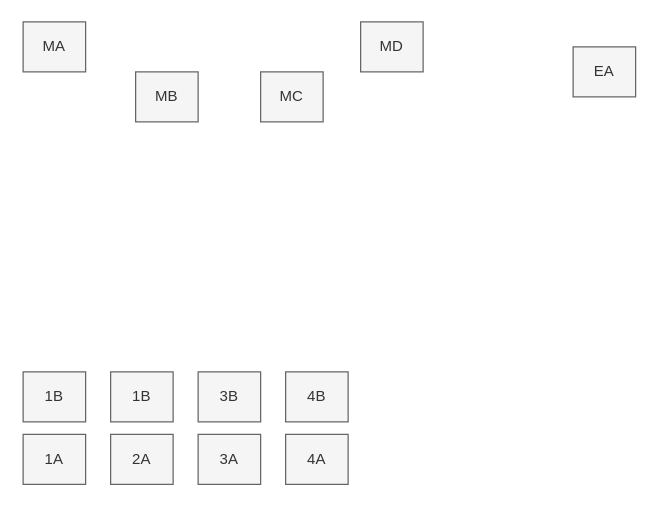
Earlier version of the draw.io diagram page "Page-1" (1 of 4) of topologymap-ogm-align.drawio (sunbingfeng/draw_sketches). Source tidied: cells renumbered, new cells numbered last; positions are measured from the earlier drawing's top-left corner, leaving out a move shared by most shapes. Both pictures are drawn from the tidied source at 125%, with x=0, y=0 at pixel (22, 21).
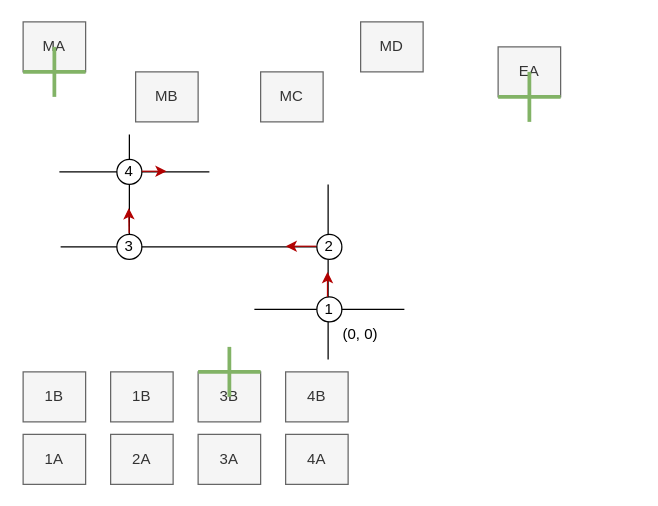
After the change.

Diff of the diagram source:
```diff
@@
+    <mxCell id="15" style="endArrow=none;html=1;" parent="1" edge="1">
+      <mxGeometry relative="1" as="geometry">
+        <mxPoint x="185" y="230" as="sourcePoint" />
+        <mxPoint x="305" y="230" as="targetPoint" />
+      </mxGeometry>
+    </mxCell>
+    <mxCell id="16" style="endArrow=none;html=1;" parent="1" edge="1">
+      <mxGeometry relative="1" as="geometry">
+        <mxPoint x="29" y="120" as="sourcePoint" />
+        <mxPoint x="149" y="120" as="targetPoint" />
+      </mxGeometry>
+    </mxCell>
@@
     <mxCell id="6" value="EA" style="rounded=0;whiteSpace=wrap;html=1;fillColor=#f5f5f5;strokeColor=#666666;fontColor=#333333;" parent="1" vertex="1">
-      <mxGeometry x="440" y="20" width="50" height="40" as="geometry" />
+      <mxGeometry x="380" y="20" width="50" height="40" as="geometry" />
     </mxCell>
@@
+    <mxCell id="17" style="endArrow=none;html=1;" parent="1" edge="1">
+      <mxGeometry relative="1" as="geometry">
+        <mxPoint x="244" y="270" as="sourcePoint" />
+        <mxPoint x="244" y="130" as="targetPoint" />
+      </mxGeometry>
+    </mxCell>
+    <mxCell id="18" style="endArrow=none;html=1;" parent="1" edge="1">
+      <mxGeometry relative="1" as="geometry">
+        <mxPoint x="30" y="180" as="sourcePoint" />
+        <mxPoint x="244" y="180" as="targetPoint" />
+      </mxGeometry>
+    </mxCell>
+    <mxCell id="19" style="endArrow=none;html=1;" parent="1" edge="1">
+      <mxGeometry relative="1" as="geometry">
+        <mxPoint x="85" y="180" as="sourcePoint" />
+        <mxPoint x="85" y="90" as="targetPoint" />
+      </mxGeometry>
+    </mxCell>
+    <mxCell id="20" value="1" style="ellipse;whiteSpace=wrap;html=1;" parent="1" vertex="1">
+      <mxGeometry x="235" y="220" width="20" height="20" as="geometry" />
+    </mxCell>
+    <mxCell id="21" value="2" style="ellipse;whiteSpace=wrap;html=1;" parent="1" vertex="1">
+      <mxGeometry x="235" y="170" width="20" height="20" as="geometry" />
+    </mxCell>
+    <mxCell id="22" value="3" style="ellipse;whiteSpace=wrap;html=1;" parent="1" vertex="1">
+      <mxGeometry x="75" y="170" width="20" height="20" as="geometry" />
+    </mxCell>
+    <mxCell id="23" value="4" style="ellipse;whiteSpace=wrap;html=1;" parent="1" vertex="1">
+      <mxGeometry x="75" y="110" width="20" height="20" as="geometry" />
+    </mxCell>
+    <mxCell id="24" style="endArrow=classic;html=1;fillColor=#e51400;strokeColor=#B20000;" parent="1" edge="1">
+      <mxGeometry relative="1" as="geometry">
+        <mxPoint x="243.5" y="220" as="sourcePoint" />
+        <mxPoint x="243.5" y="200" as="targetPoint" />
+      </mxGeometry>
+    </mxCell>
+    <mxCell id="25" style="endArrow=classic;html=1;fillColor=#e51400;strokeColor=#B20000;" parent="1" edge="1">
+      <mxGeometry relative="1" as="geometry">
+        <mxPoint x="234.5" y="179.5" as="sourcePoint" />
+        <mxPoint x="210" y="179.5" as="targetPoint" />
+      </mxGeometry>
+    </mxCell>
+    <mxCell id="26" style="endArrow=classic;html=1;fillColor=#e51400;strokeColor=#B20000;" parent="1" edge="1">
+      <mxGeometry relative="1" as="geometry">
+        <mxPoint x="84.8" y="169" as="sourcePoint" />
+        <mxPoint x="84.5" y="149" as="targetPoint" />
+      </mxGeometry>
+    </mxCell>
+    <mxCell id="27" style="endArrow=classic;html=1;fillColor=#e51400;strokeColor=#B20000;" parent="1" edge="1">
+      <mxGeometry relative="1" as="geometry">
+        <mxPoint x="95" y="119.5" as="sourcePoint" />
+        <mxPoint x="114.8" y="119.5" as="targetPoint" />
+      </mxGeometry>
+    </mxCell>
+    <mxCell id="28" value="(0, 0)" style="text;html=1;strokeColor=none;fillColor=none;align=center;verticalAlign=middle;whiteSpace=wrap;rounded=0;" parent="1" vertex="1">
+      <mxGeometry x="250" y="240" width="40" height="20" as="geometry" />
+    </mxCell>
+    <mxCell id="29" style="endArrow=none;html=1;gradientColor=#97d077;fillColor=#d5e8d4;strokeColor=#82b366;strokeWidth=3;" parent="1" edge="1">
+      <mxGeometry relative="1" as="geometry">
+        <mxPoint y="40" as="sourcePoint" />
+        <mxPoint x="50" y="40" as="targetPoint" />
+      </mxGeometry>
+    </mxCell>
+    <mxCell id="30" style="endArrow=none;html=1;gradientColor=#97d077;fillColor=#d5e8d4;strokeColor=#82b366;strokeWidth=3;" parent="1" edge="1">
+      <mxGeometry relative="1" as="geometry">
+        <mxPoint x="25" y="60" as="sourcePoint" />
+        <mxPoint x="25" y="20" as="targetPoint" />
+      </mxGeometry>
+    </mxCell>
+    <mxCell id="31" style="endArrow=none;html=1;gradientColor=#97d077;fillColor=#d5e8d4;strokeColor=#82b366;strokeWidth=3;" parent="1" edge="1">
+      <mxGeometry relative="1" as="geometry">
+        <mxPoint x="380" y="60" as="sourcePoint" />
+        <mxPoint x="430" y="60" as="targetPoint" />
+      </mxGeometry>
+    </mxCell>
+    <mxCell id="32" style="endArrow=none;html=1;gradientColor=#97d077;fillColor=#d5e8d4;strokeColor=#82b366;strokeWidth=3;" parent="1" edge="1">
+      <mxGeometry relative="1" as="geometry">
+        <mxPoint x="405" y="80" as="sourcePoint" />
+        <mxPoint x="405" y="40" as="targetPoint" />
+      </mxGeometry>
+    </mxCell>
+    <mxCell id="33" style="endArrow=none;html=1;gradientColor=#97d077;fillColor=#d5e8d4;strokeColor=#82b366;strokeWidth=3;" parent="1" edge="1">
+      <mxGeometry relative="1" as="geometry">
+        <mxPoint x="140" y="280" as="sourcePoint" />
+        <mxPoint x="190" y="280" as="targetPoint" />
+      </mxGeometry>
+    </mxCell>
+    <mxCell id="34" style="endArrow=none;html=1;gradientColor=#97d077;fillColor=#d5e8d4;strokeColor=#82b366;strokeWidth=3;" parent="1" edge="1">
+      <mxGeometry relative="1" as="geometry">
+        <mxPoint x="165" y="300" as="sourcePoint" />
+        <mxPoint x="165" y="260" as="targetPoint" />
+      </mxGeometry>
+    </mxCell>
```
